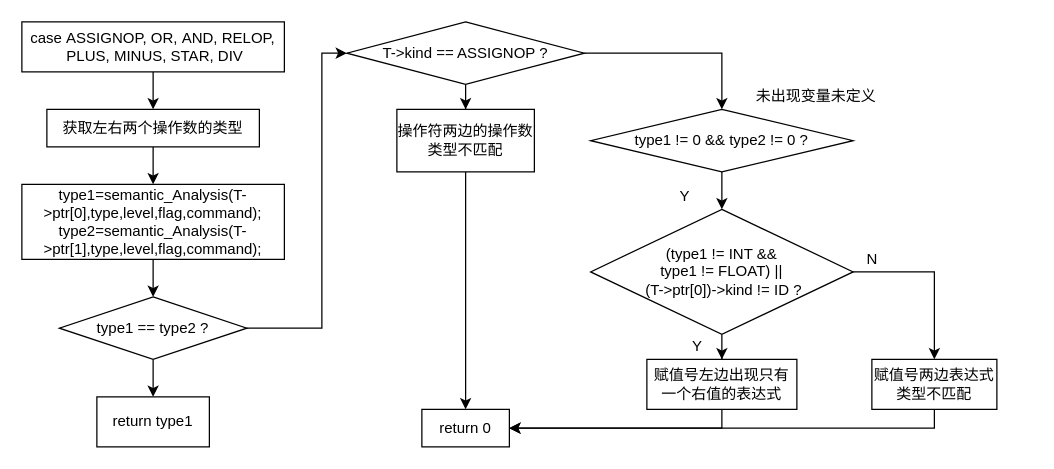
The draw.io diagram 编译原理/操作符.drawio in AgentGuo/flow_chart, before the edit. Source tidied: cells renumbered, new cells numbered last; positions are measured from the earlier drawing's top-left corner, leaving out a move shared by most shapes. Both pictures are drawn from the tidied source at 125%, with x=0, y=0 at pixel (21, 21).
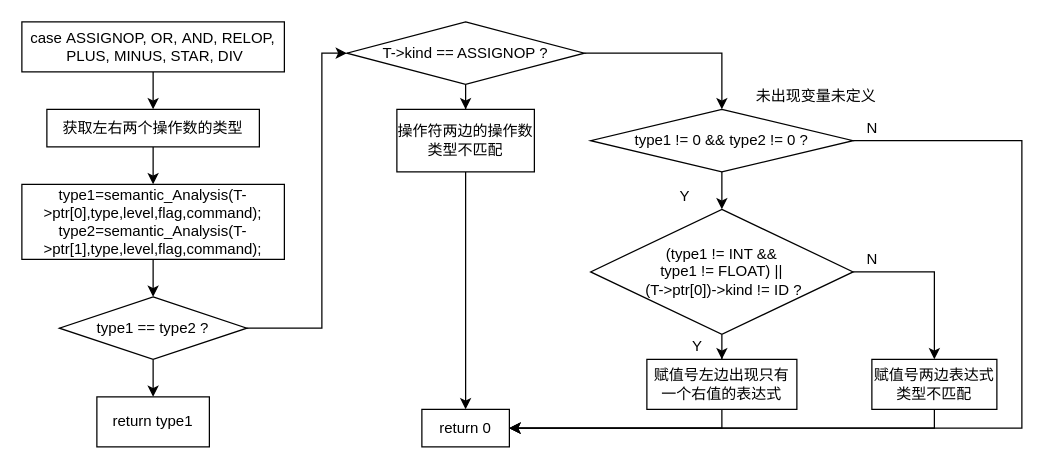
The same page after the edit.

Commit message (it also covers changes not shown here):
更新操作符.drawio

The change refers to these unchanged cells:
```xml
<mxCell id="18" value="type1 != 0 &amp;amp;&amp;amp; type2 != 0 ?" style="rhombus;whiteSpace=wrap;html=1;fontFamily=Helvetica;fontSize=12;" parent="1" vertex="1">
  <mxGeometry x="455" y="70" width="210" height="50" as="geometry" />
</mxCell>
<mxCell id="30" value="return 0" style="whiteSpace=wrap;html=1;fontFamily=Helvetica;fontSize=12;" parent="1" vertex="1">
  <mxGeometry x="320" y="310" width="70" height="30" as="geometry" />
</mxCell>
```

What changed in the source:
```diff
@@
+    <mxCell id="31" style="edgeStyle=orthogonalEdgeStyle;rounded=0;jettySize=auto;html=1;fontFamily=Helvetica;fontSize=12;" parent="1" edge="1" source="18" target="30">
+      <mxGeometry relative="1" as="geometry">
+        <Array as="points">
+          <mxPoint x="800" y="95" />
+          <mxPoint x="800" y="325" />
+        </Array>
+      </mxGeometry>
+    </mxCell>
@@
+    <mxCell id="32" value="N" style="text;html=1;align=center;verticalAlign=middle;fontSize=12;fontFamily=Helvetica;" parent="1" vertex="1">
+      <mxGeometry x="670" y="75" width="20" height="20" as="geometry" />
+    </mxCell>
```
